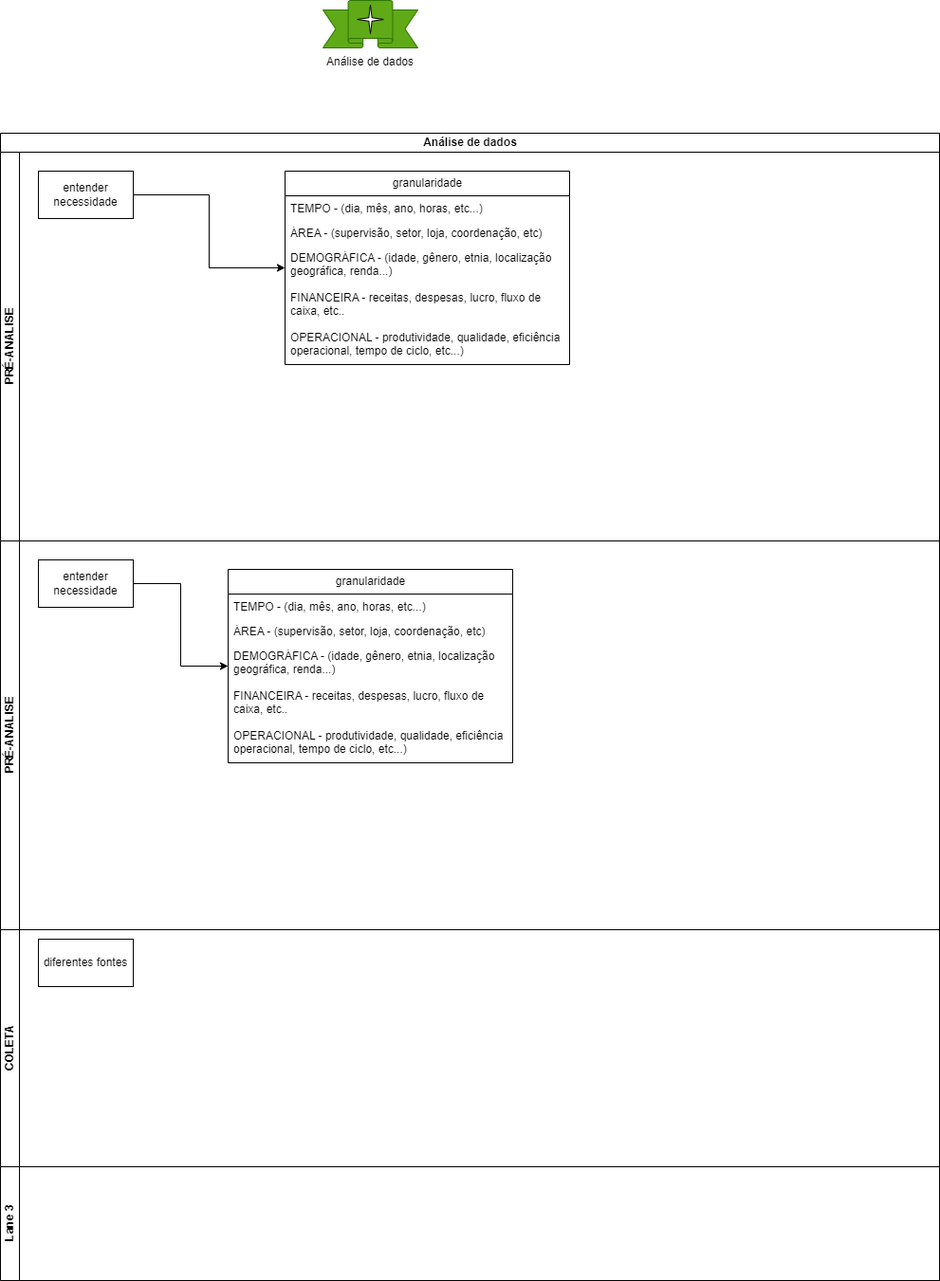
Before: mapa-mental/Analise-de-dados.drawio.png, a diagram exported from draw.io (RenatoDeFreitas/ANALISE-DE-DADOS). Source tidied: cells renumbered, new cells last; positions are measured from the earlier drawing's top-left corner, leaving out a move shared by most shapes.
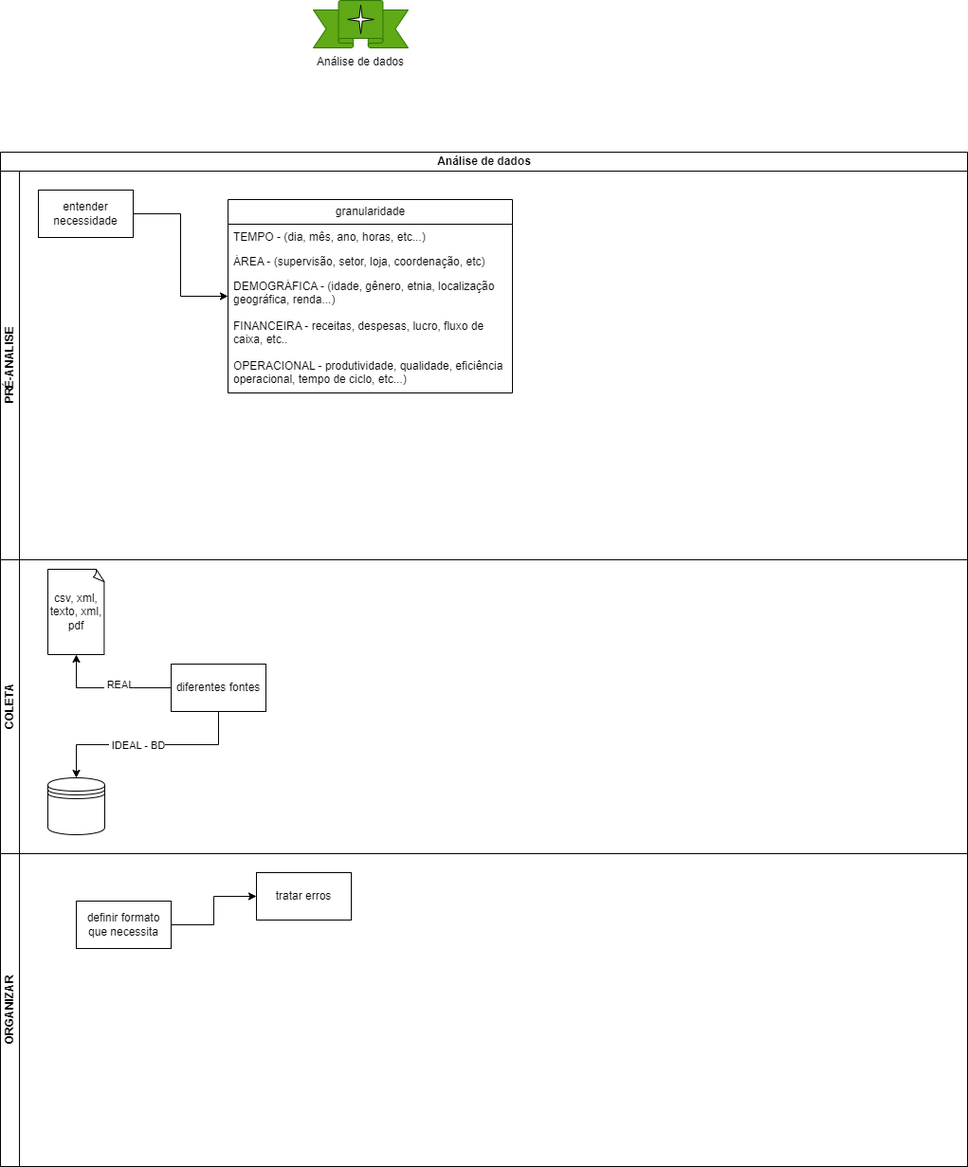
The same diagram one commit later.

Change to the diagram source:
```diff
@@ -15,10 +15,10 @@
       <mxGeometry x="71.2" y="5" width="27.5" height="30" as="geometry" />
     </mxCell>
     <mxCell id="6" value="Análise de dados" style="swimlane;horizontal=1;startSize=20;html=1;" parent="1" vertex="1">
-      <mxGeometry y="140" width="990" height="1210" as="geometry" />
+      <mxGeometry x="10" y="160" width="1020" height="1070" as="geometry" />
     </mxCell>
     <mxCell id="7" value="PRÉ-ANALISE" style="swimlane;startSize=20;horizontal=0;html=1;" parent="6" vertex="1">
-      <mxGeometry y="20" width="990" height="410" as="geometry" />
+      <mxGeometry y="20" width="1020" height="410" as="geometry" />
     </mxCell>
     <mxCell id="8" style="edgeStyle=orthogonalEdgeStyle;rounded=0;jettySize=auto;html=1;" parent="7" edge="1" source="9" target="10">
       <mxGeometry relative="1" as="geometry" />
@@ -27,7 +27,7 @@
       <mxGeometry x="40" y="20" width="100" height="50" as="geometry" />
     </mxCell>
     <mxCell id="10" value="granularidade" style="swimlane;fontStyle=0;horizontal=1;startSize=26;fillColor=none;html=1;" parent="7" vertex="1">
-      <mxGeometry x="300" y="20" width="300" height="204" as="geometry" />
+      <mxGeometry x="240" y="30" width="300" height="204" as="geometry" />
     </mxCell>
     <mxCell id="11" value="TEMPO - (dia, mês, ano, horas, etc...)" style="text;strokeColor=none;fillColor=none;align=left;verticalAlign=top;spacingLeft=4;spacingRight=4;overflow=hidden;whiteSpace=wrap;html=1;" parent="10" vertex="1">
       <mxGeometry y="26" width="300" height="26" as="geometry" />
@@ -44,41 +44,41 @@
     <mxCell id="15" value="&lt;div&gt;OPERACIONAL - produtividade, qualidade, eficiência operacional, tempo de ciclo, etc...)&lt;/div&gt;" style="text;strokeColor=none;fillColor=none;align=left;verticalAlign=top;spacingLeft=4;spacingRight=4;overflow=hidden;whiteSpace=wrap;html=1;" parent="10" vertex="1">
       <mxGeometry y="162" width="300" height="42" as="geometry" />
     </mxCell>
-    <mxCell id="16" value="PRÉ-ANALISE" style="swimlane;startSize=20;horizontal=0;html=1;" parent="6" vertex="1">
-      <mxGeometry y="430" width="990" height="410" as="geometry" />
-    </mxCell>
-    <mxCell id="17" style="edgeStyle=orthogonalEdgeStyle;rounded=0;jettySize=auto;html=1;" parent="16" edge="1" source="18" target="19">
-      <mxGeometry relative="1" as="geometry" />
-    </mxCell>
-    <mxCell id="18" value="entender necessidade" style="rounded=0;whiteSpace=wrap;html=1;" parent="16" vertex="1">
-      <mxGeometry x="40" y="20" width="100" height="50" as="geometry" />
-    </mxCell>
-    <mxCell id="19" value="granularidade" style="swimlane;fontStyle=0;horizontal=1;startSize=26;fillColor=none;html=1;" parent="16" vertex="1">
-      <mxGeometry x="240" y="30" width="300" height="204" as="geometry" />
-    </mxCell>
-    <mxCell id="20" value="TEMPO - (dia, mês, ano, horas, etc...)" style="text;strokeColor=none;fillColor=none;align=left;verticalAlign=top;spacingLeft=4;spacingRight=4;overflow=hidden;whiteSpace=wrap;html=1;" parent="19" vertex="1">
-      <mxGeometry y="26" width="300" height="26" as="geometry" />
-    </mxCell>
-    <mxCell id="21" value="ÁREA - (supervisão, setor, loja, coordenação, etc)" style="text;strokeColor=none;fillColor=none;align=left;verticalAlign=top;spacingLeft=4;spacingRight=4;overflow=hidden;whiteSpace=wrap;html=1;" parent="19" vertex="1">
-      <mxGeometry y="52" width="300" height="26" as="geometry" />
-    </mxCell>
-    <mxCell id="22" value="DEMOGRÁFICA - (idade, gênero, etnia, localização geográfica, renda...)&lt;div&gt;&lt;br&gt;&lt;/div&gt;" style="text;strokeColor=none;fillColor=none;align=left;verticalAlign=top;spacingLeft=4;spacingRight=4;overflow=hidden;whiteSpace=wrap;html=1;" parent="19" vertex="1">
-      <mxGeometry y="78" width="300" height="42" as="geometry" />
-    </mxCell>
-    <mxCell id="23" value="&lt;div&gt;FINANCEIRA - receitas, despesas, lucro, fluxo de caixa, etc..&lt;span style=&quot;color: rgba(0, 0, 0, 0); font-family: monospace; font-size: 0px; text-wrap: nowrap; background-color: initial;&quot;&gt;%3CmxGraphModel%3E%3Croot%3E%3CmxCell%20id%3D%220%22%2F%3E%3CmxCell%20id%3D%221%22%20parent%3D%220%22%2F%3E%3CmxCell%20id%3D%222%22%20value%3D%22DEMOGR%C3%81FICA%20-%20(idade%2C%20g%C3%AAnero%2C%20etnia%2C%20localiza%C3%A7%C3%A3o%20geogr%C3%A1fica%2C%20renda...)%26lt%3Bdiv%26gt%3B%26lt%3Bbr%26gt%3B%26lt%3B%2Fdiv%26gt%3B%22%20style%3D%22text%3BstrokeColor%3Dnone%3BfillColor%3Dnone%3Balign%3Dleft%3BverticalAlign%3Dtop%3BspacingLeft%3D4%3BspacingRight%3D4%3Boverflow%3Dhidden%3Brotatable%3D0%3Bpoints%3D%5B%5B0%2C0.5%5D%2C%5B1%2C0.5%5D%5D%3BportConstraint%3Deastwest%3BwhiteSpace%3Dwrap%3Bhtml%3D1%3B%22%20vertex%3D%221%22%20parent%3D%221%22%3E%3CmxGeometry%20x%3D%22120%22%20y%3D%22498%22%20width%3D%22300%22%20height%3D%2242%22%20as%3D%22geometry%22%2F%3E%3C%2FmxCell%3E%3C%2Froot%3E%3C%2FmxGraphModel%3E&lt;/span&gt;&lt;/div&gt;" style="text;strokeColor=none;fillColor=none;align=left;verticalAlign=top;spacingLeft=4;spacingRight=4;overflow=hidden;whiteSpace=wrap;html=1;" parent="19" vertex="1">
-      <mxGeometry y="120" width="300" height="42" as="geometry" />
-    </mxCell>
-    <mxCell id="24" value="&lt;div&gt;OPERACIONAL - produtividade, qualidade, eficiência operacional, tempo de ciclo, etc...)&lt;/div&gt;" style="text;strokeColor=none;fillColor=none;align=left;verticalAlign=top;spacingLeft=4;spacingRight=4;overflow=hidden;whiteSpace=wrap;html=1;" parent="19" vertex="1">
-      <mxGeometry y="162" width="300" height="42" as="geometry" />
-    </mxCell>
     <mxCell id="25" value="COLETA" style="swimlane;startSize=20;horizontal=0;html=1;" parent="6" vertex="1">
-      <mxGeometry y="840" width="990" height="250" as="geometry" />
+      <mxGeometry y="430" width="1020" height="310" as="geometry" />
     </mxCell>
+    <mxCell id="28" style="edgeStyle=orthogonalEdgeStyle;rounded=0;jettySize=auto;html=1;exitX=0.5;exitY=1;exitDx=0;exitDy=0;" parent="25" edge="1" source="26" target="32">
+      <mxGeometry relative="1" as="geometry" />
+    </mxCell>
+    <mxCell id="29" value="&amp;nbsp;IDEAL - BD" style="edgeLabel;html=1;align=center;verticalAlign=middle;" parent="28" vertex="1">
+      <mxGeometry x="0.11" y="1" relative="1" as="geometry" />
+    </mxCell>
+    <mxCell id="30" style="edgeStyle=orthogonalEdgeStyle;rounded=0;jettySize=auto;html=1;" parent="25" edge="1" source="26" target="33">
+      <mxGeometry relative="1" as="geometry" />
+    </mxCell>
+    <mxCell id="31" value="&amp;nbsp;REAL" style="edgeLabel;html=1;align=center;verticalAlign=middle;" parent="30" vertex="1">
+      <mxGeometry x="-0.18" y="-3" relative="1" as="geometry" />
+    </mxCell>
     <mxCell id="26" value="diferentes fontes" style="rounded=0;whiteSpace=wrap;html=1;" parent="25" vertex="1">
-      <mxGeometry x="40" y="10" width="100" height="50" as="geometry" />
+      <mxGeometry x="180" y="110" width="100" height="50" as="geometry" />
     </mxCell>
+    <mxCell id="32" style="shape=datastore;whiteSpace=wrap;html=1;" parent="25" vertex="1">
+      <mxGeometry x="50" y="230" width="60" height="60" as="geometry" />
+    </mxCell>
+    <mxCell id="33" value="csv, xml, texto, xml, pdf" style="whiteSpace=wrap;html=1;shape=mxgraph.basic.document;" parent="25" vertex="1">
+      <mxGeometry x="50" y="10" width="60" height="90" as="geometry" />
+    </mxCell>
-    <mxCell id="27" value="Lane 3" style="swimlane;startSize=20;horizontal=0;html=1;" parent="6" vertex="1">
-      <mxGeometry y="1090" width="990" height="120" as="geometry" />
+    <mxCell id="27" value="ORGANIZAR" style="swimlane;startSize=20;horizontal=0;html=1;" parent="6" vertex="1">
+      <mxGeometry y="740" width="1020" height="330" as="geometry" />
     </mxCell>
+    <mxCell id="34" style="edgeStyle=orthogonalEdgeStyle;rounded=0;jettySize=auto;html=1;entryX=0;entryY=0.5;entryDx=0;entryDy=0;" parent="27" edge="1" source="35" target="36">
+      <mxGeometry relative="1" as="geometry" />
+    </mxCell>
+    <mxCell id="35" value="definir formato que necessita" style="rounded=0;whiteSpace=wrap;html=1;" parent="27" vertex="1">
+      <mxGeometry x="80" y="50" width="100" height="50" as="geometry" />
+    </mxCell>
+    <mxCell id="36" value="tratar erros" style="rounded=0;whiteSpace=wrap;html=1;" parent="27" vertex="1">
+      <mxGeometry x="270" y="20" width="100" height="50" as="geometry" />
+    </mxCell>
   </root>
 </mxGraphModel>
```
